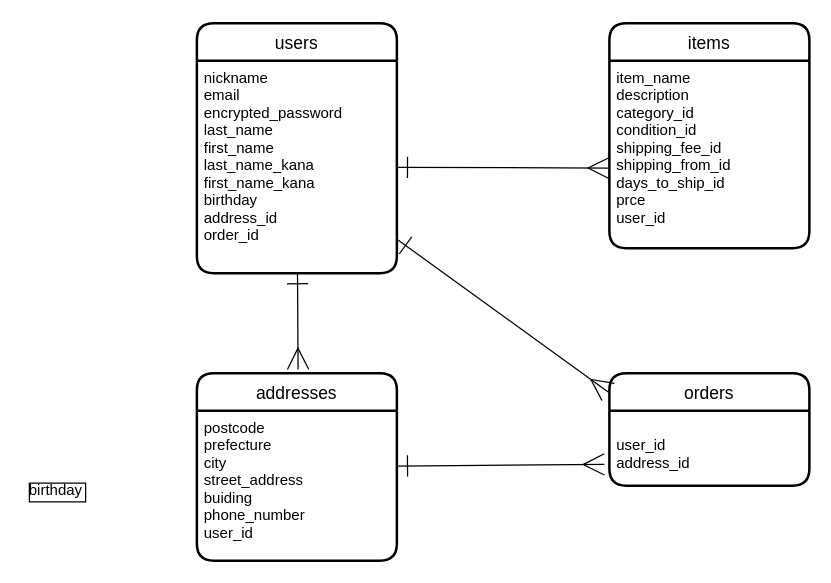
Earlier version of the draw.io diagram ER.dio (mayachacha/furima-39670). Source tidied: cells renumbered, new cells numbered last; positions are measured from the earlier drawing's top-left corner, leaving out a move shared by most shapes. Both pictures are drawn from the tidied source at 125%, with x=0, y=0 at pixel (21, 22).
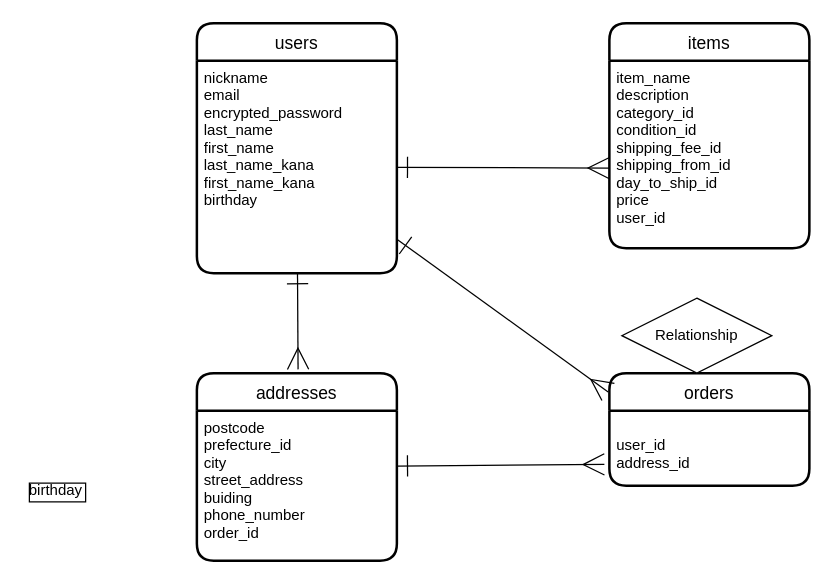
Above is the later version.

Commit message (it also covers changes not shown here):
データベース設計　3回目

The edit, as a diff of the source:
```diff
@@
 <mxGraphModel>
   <root>
     <mxCell id="0" />
     <mxCell id="1" parent="0" />
     <mxCell id="2" value="birthday" style="text;strokeColor=none;fillColor=none;spacingLeft=4;spacingRight=4;overflow=hidden;fontSize=12;labelBorderColor=default;" parent="1" vertex="1">
       <mxGeometry y="360" width="140" height="30" as="geometry" />
     </mxCell>
     <mxCell id="3" value="users" style="swimlane;horizontal=1;startSize=30;rounded=1;fontSize=14;fontStyle=0;strokeWidth=2;shadow=0;dashed=0;align=center;" parent="1" vertex="1">
       <mxGeometry x="140" width="160" height="200" as="geometry" />
     </mxCell>
-    <mxCell id="4" value="nickname&#10;email&#10;encrypted_password&#10;last_name&#10;first_name&#10;last_name_kana&#10;first_name_kana&#10;birthday&#10;address_id&#10;order_id" style="align=left;strokeColor=none;fillColor=none;spacingLeft=4;fontSize=12;verticalAlign=top;" parent="3" vertex="1">
+    <mxCell id="4" value="nickname&#10;email&#10;encrypted_password&#10;last_name&#10;first_name&#10;last_name_kana&#10;first_name_kana&#10;birthday&#10;" style="align=left;strokeColor=none;fillColor=none;spacingLeft=4;fontSize=12;verticalAlign=top;" parent="3" vertex="1">
       <mxGeometry y="30" width="160" height="170" as="geometry" />
     </mxCell>
     <mxCell id="5" style="edgeStyle=none;html=1;entryX=-0.025;entryY=0.717;entryDx=0;entryDy=0;entryPerimeter=0;startArrow=ERone;startFill=0;endArrow=ERmany;endFill=0;startSize=15;endSize=15;" parent="1" edge="1" source="6" target="9">
       <mxGeometry relative="1" as="geometry" />
     </mxCell>
     <mxCell id="6" value="addresses" style="swimlane;horizontal=1;startSize=30;rounded=1;fontSize=14;fontStyle=0;strokeWidth=2;shadow=0;dashed=0;align=center;" parent="1" vertex="1">
       <mxGeometry x="140" y="280" width="160" height="150" as="geometry" />
     </mxCell>
-    <mxCell id="7" value="postcode&#10;prefecture&#10;city&#10;street_address&#10;buiding&#10;phone_number&#10;user_id" style="align=left;strokeColor=none;fillColor=none;spacingLeft=4;fontSize=12;verticalAlign=top;" parent="6" vertex="1">
+    <mxCell id="7" value="postcode&#10;prefecture_id&#10;city&#10;street_address&#10;buiding&#10;phone_number&#10;order_id" style="align=left;strokeColor=none;fillColor=none;spacingLeft=4;fontSize=12;verticalAlign=top;" parent="6" vertex="1">
       <mxGeometry y="30" width="160" height="120" as="geometry" />
     </mxCell>
     <mxCell id="8" value="orders" style="swimlane;horizontal=1;startSize=30;rounded=1;fontSize=14;fontStyle=0;strokeWidth=2;shadow=0;dashed=0;align=center;" parent="1" vertex="1">
       <mxGeometry x="470" y="280" width="160" height="90" as="geometry" />
     </mxCell>
     <mxCell id="9" value="&#10;user_id&#10;address_id" style="align=left;strokeColor=none;fillColor=none;spacingLeft=4;fontSize=12;verticalAlign=top;" parent="8" vertex="1">
       <mxGeometry y="30" width="160" height="60" as="geometry" />
     </mxCell>
     <mxCell id="10" value="items" style="swimlane;horizontal=1;startSize=30;rounded=1;fontSize=14;fontStyle=0;strokeWidth=2;shadow=0;dashed=0;align=center;" parent="1" vertex="1">
       <mxGeometry x="470" width="160" height="180" as="geometry" />
     </mxCell>
-    <mxCell id="11" value="item_name&#10;description&#10;category_id&#10;condition_id&#10;shipping_fee_id&#10;shipping_from_id&#10;days_to_ship_id&#10;prce&#10;user_id&#10;" style="align=left;strokeColor=none;fillColor=none;spacingLeft=4;fontSize=12;verticalAlign=top;" parent="10" vertex="1">
+    <mxCell id="11" value="item_name&#10;description&#10;category_id&#10;condition_id&#10;shipping_fee_id&#10;shipping_from_id&#10;day_to_ship_id&#10;price&#10;user_id&#10;" style="align=left;strokeColor=none;fillColor=none;spacingLeft=4;fontSize=12;verticalAlign=top;" parent="10" vertex="1">
       <mxGeometry y="30" width="160" height="150" as="geometry" />
     </mxCell>
     <mxCell id="12" style="edgeStyle=none;html=1;endArrow=ERmany;endFill=0;entryX=0;entryY=0.573;entryDx=0;entryDy=0;entryPerimeter=0;endSize=15;startSize=15;startArrow=ERone;startFill=0;" parent="1" edge="1" source="4" target="11">
       <mxGeometry relative="1" as="geometry" />
     </mxCell>
     <mxCell id="13" style="edgeStyle=none;html=1;entryX=-0.006;entryY=0.167;entryDx=0;entryDy=0;entryPerimeter=0;startArrow=ERone;startFill=0;endArrow=ERmany;endFill=0;startSize=15;endSize=15;" parent="1" edge="1" source="4" target="8">
       <mxGeometry relative="1" as="geometry" />
     </mxCell>
     <mxCell id="14" style="edgeStyle=none;html=1;startArrow=ERone;startFill=0;endArrow=ERmany;endFill=0;startSize=15;endSize=15;entryX=0.506;entryY=-0.02;entryDx=0;entryDy=0;entryPerimeter=0;" parent="1" edge="1" source="4" target="6">
       <mxGeometry relative="1" as="geometry" />
     </mxCell>
+    <mxCell id="15" value="Relationship" style="shape=rhombus;perimeter=rhombusPerimeter;whiteSpace=wrap;html=1;align=center;" parent="1" vertex="1">
+      <mxGeometry x="480" y="220" width="120" height="60" as="geometry" />
+    </mxCell>
   </root>
 </mxGraphModel>
```
